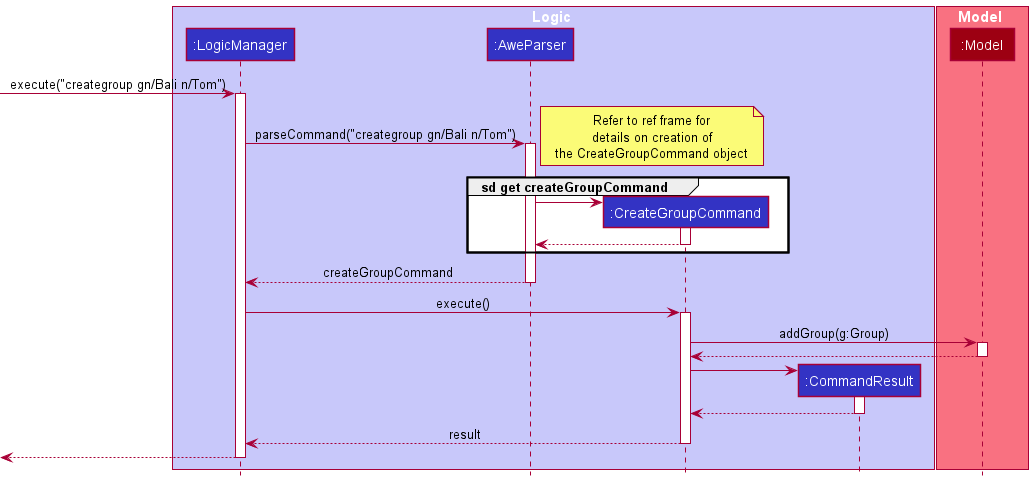
Earlier version of the PlantUML export docs/images/CreateGroupSequenceDiagram.png (ramapriyan912001/tp).
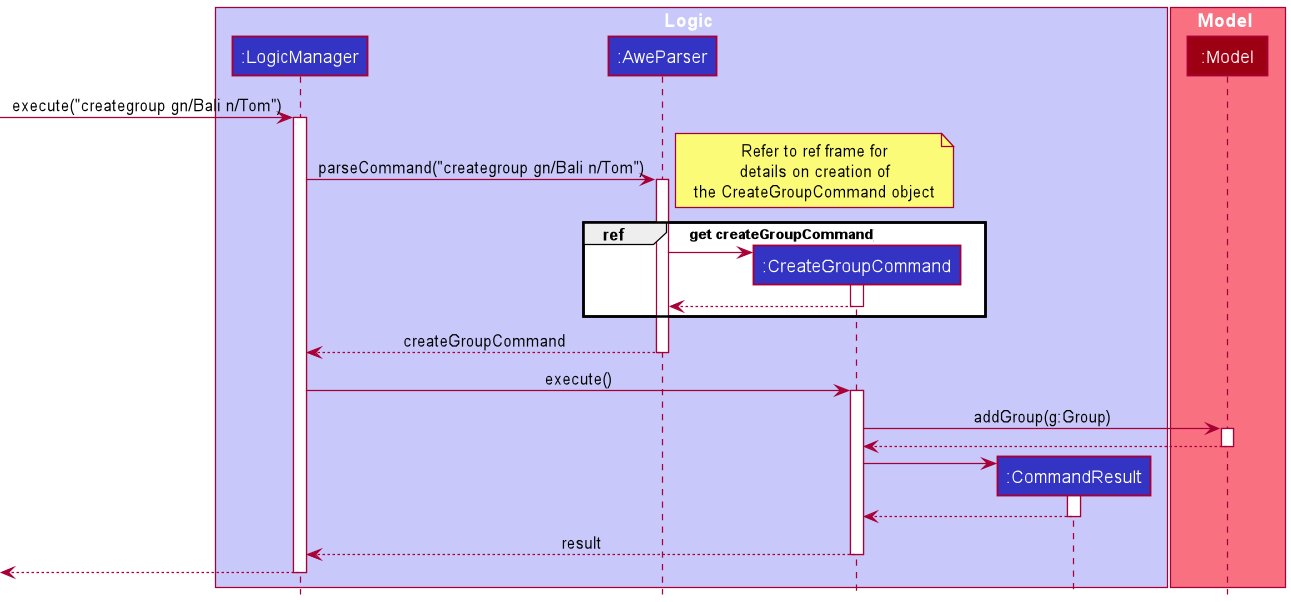
Later version of the same file.

The edit, as a diff of the source:
```diff
@@ -23,7 +23,7 @@
 details on creation of
 the CreateGroupCommand object
 end note
-group sd get createGroupCommand
+group ref [get createGroupCommand]
 create CreateGroupCommand
 AweParser -> CreateGroupCommand
 activate CreateGroupCommand
```
